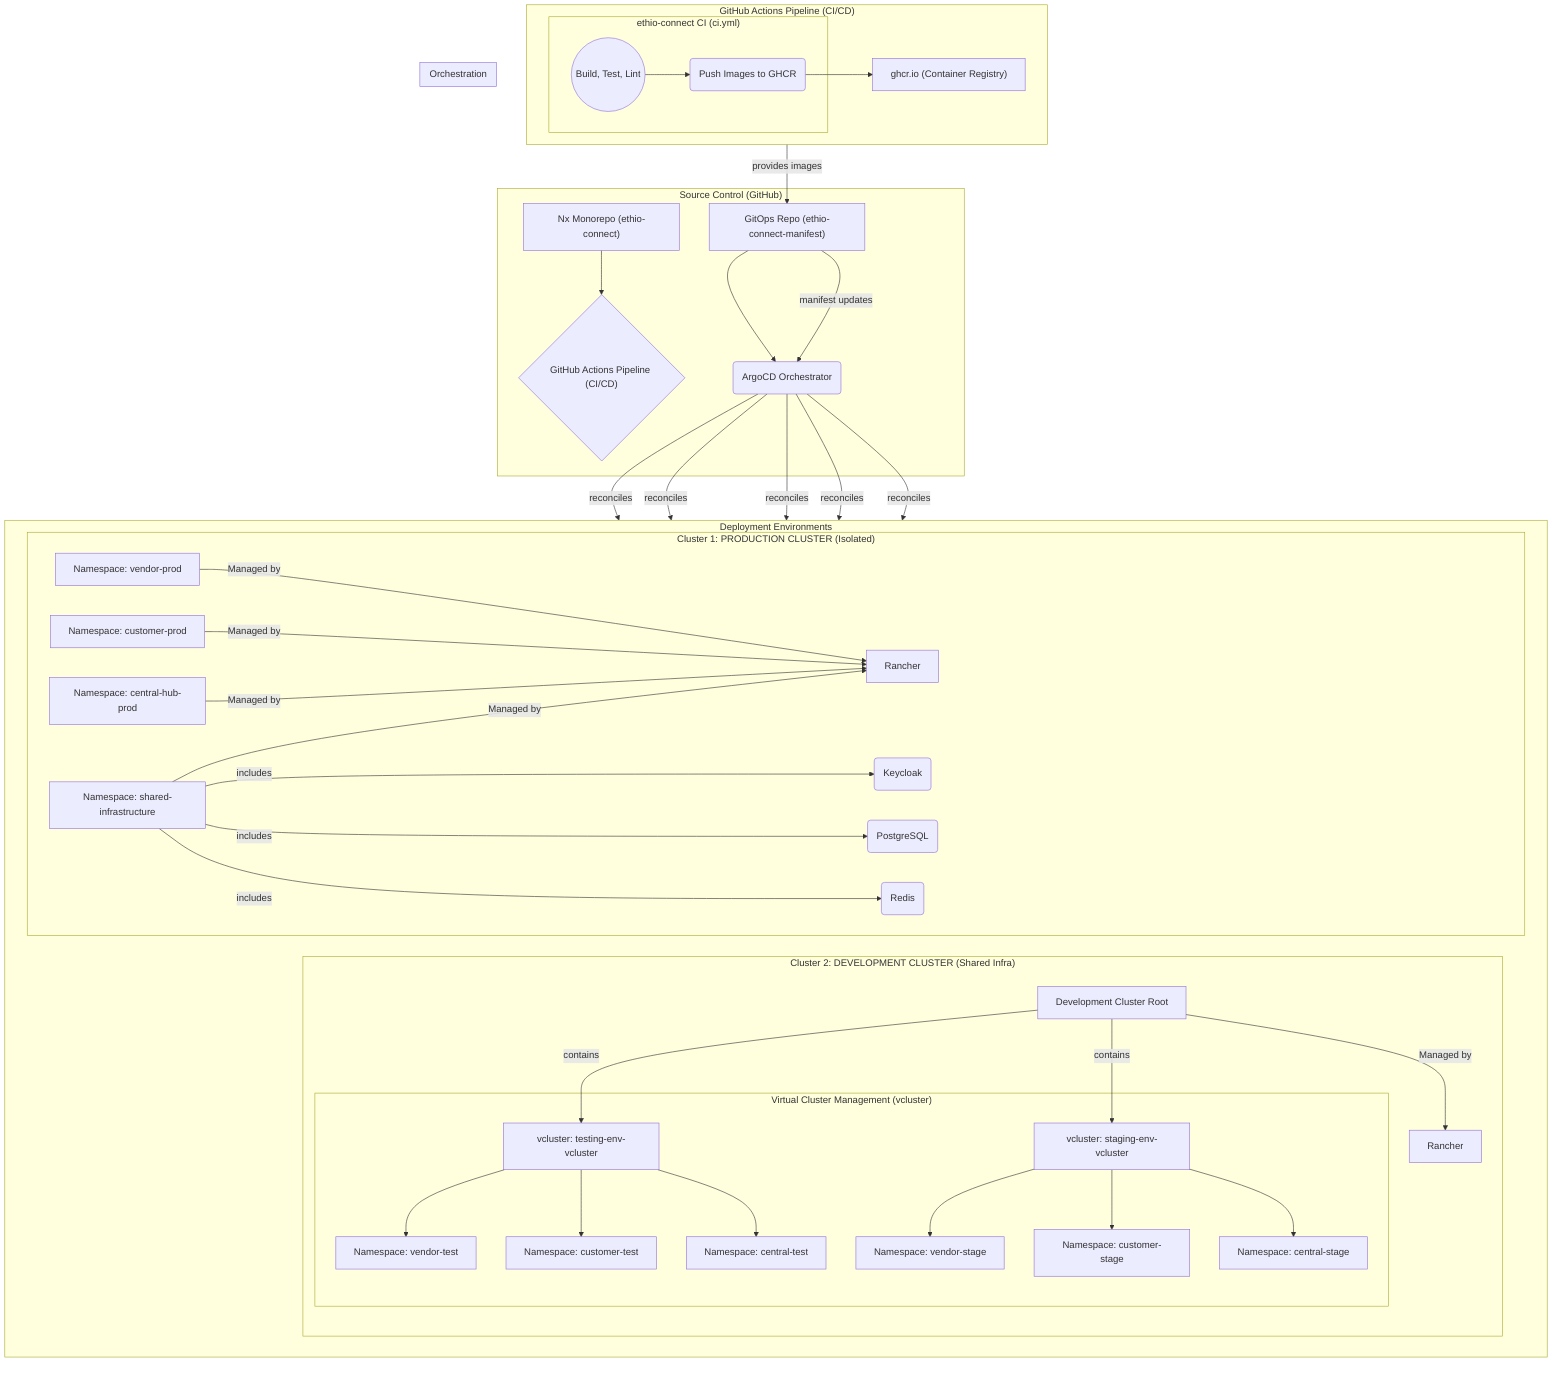
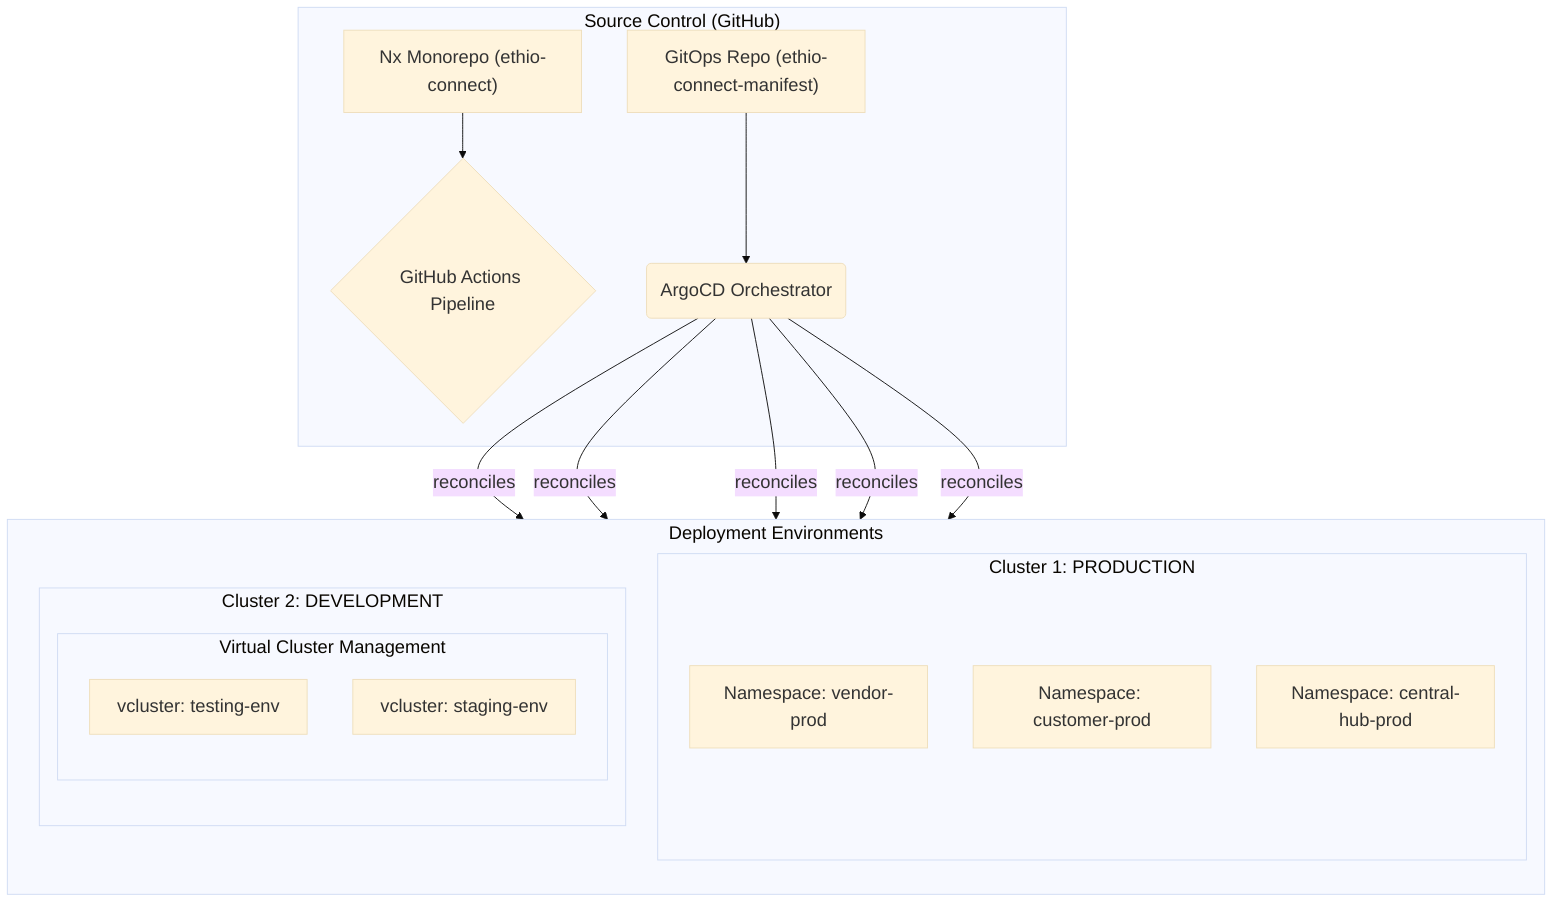
+ %%{init: {'theme': 'base', 'themeVariables': { 'fontSize': '20px', 'fontFamily': 'arial' }, 'flowchart': {'nodeSpacing': 50, 'rankSpacing': 50}}}%%
graph TD
    subgraph "Source Control (GitHub)"
-         A["Nx Monorepo (ethio-connect)"] --> B{"GitHub Actions Pipeline (CI/CD)"}
+         A["Nx Monorepo (ethio-connect)"] --> B{"GitHub Actions Pipeline"}
        C["GitOps Repo (ethio-connect-manifest)"] --> ArgoCD(ArgoCD Orchestrator)
    end

-     subgraph "GitHub Actions Pipeline (CI/CD)"
-         direction LR
-         subgraph "ethio-connect CI (ci.yml)"
-             BuildTestLint((Build, Test, Lint)) --> PushGHCR(Push Images to GHCR)
-         end
-         PushGHCR --> GHCR["ghcr.io (Container Registry)"]
-     end
- 
-     subgraph "Orchestration"
-         GHCR -- provides images --> C
-         C -- manifest updates --> ArgoCD
-     end
- 
    subgraph "Deployment Environments"
-         direction LR
-         subgraph "Cluster 1: PRODUCTION CLUSTER (Isolated)"
+         direction TB
+         subgraph "Cluster 1: PRODUCTION"
            P_NS_Vendor[Namespace: vendor-prod]
            P_NS_Customer[Namespace: customer-prod]
            P_NS_Central[Namespace: central-hub-prod]
-             P_NS_Shared[Namespace: shared-infrastructure]
- 
-             P_NS_Vendor & P_NS_Customer & P_NS_Central & P_NS_Shared -- Managed by --> Rancher_Prod[Rancher]
-             P_NS_Shared -- includes --> Keycloak(Keycloak)
-             P_NS_Shared -- includes --> PostgreSQL(PostgreSQL)
-             P_NS_Shared -- includes --> Redis(Redis)
        end

-         subgraph "Cluster 2: DEVELOPMENT CLUSTER (Shared Infra)"
+         subgraph "Cluster 2: DEVELOPMENT"
            direction TB
-             D_Cluster_Root[Development Cluster Root]
-             subgraph "Virtual Cluster Management (vcluster)"
-                 T_vCluster[vcluster: testing-env-vcluster]
-                 S_vCluster[vcluster: staging-env-vcluster]
- 
-                 T_vCluster --> T_NS_Vendor[Namespace: vendor-test]
-                 T_vCluster --> T_NS_Customer[Namespace: customer-test]
-                 T_vCluster --> T_NS_Central[Namespace: central-test]
- 
-                 S_vCluster --> S_NS_Vendor[Namespace: vendor-stage]
-                 S_vCluster --> S_NS_Customer[Namespace: customer-stage]
-                 S_vCluster --> S_NS_Central[Namespace: central-stage]
+             subgraph "Virtual Cluster Management"
+                 T_vCluster[vcluster: testing-env]
+                 S_vCluster[vcluster: staging-env]
            end
-             D_Cluster_Root -- contains --> T_vCluster
-             D_Cluster_Root -- contains --> S_vCluster
-             D_Cluster_Root -- Managed by --> Rancher_Dev[Rancher]
        end

        ArgoCD -- reconciles --> P_NS_Vendor
        ArgoCD -- reconciles --> P_NS_Customer
        ArgoCD -- reconciles --> P_NS_Central
        ArgoCD -- reconciles --> T_vCluster
        ArgoCD -- reconciles --> S_vCluster
    end